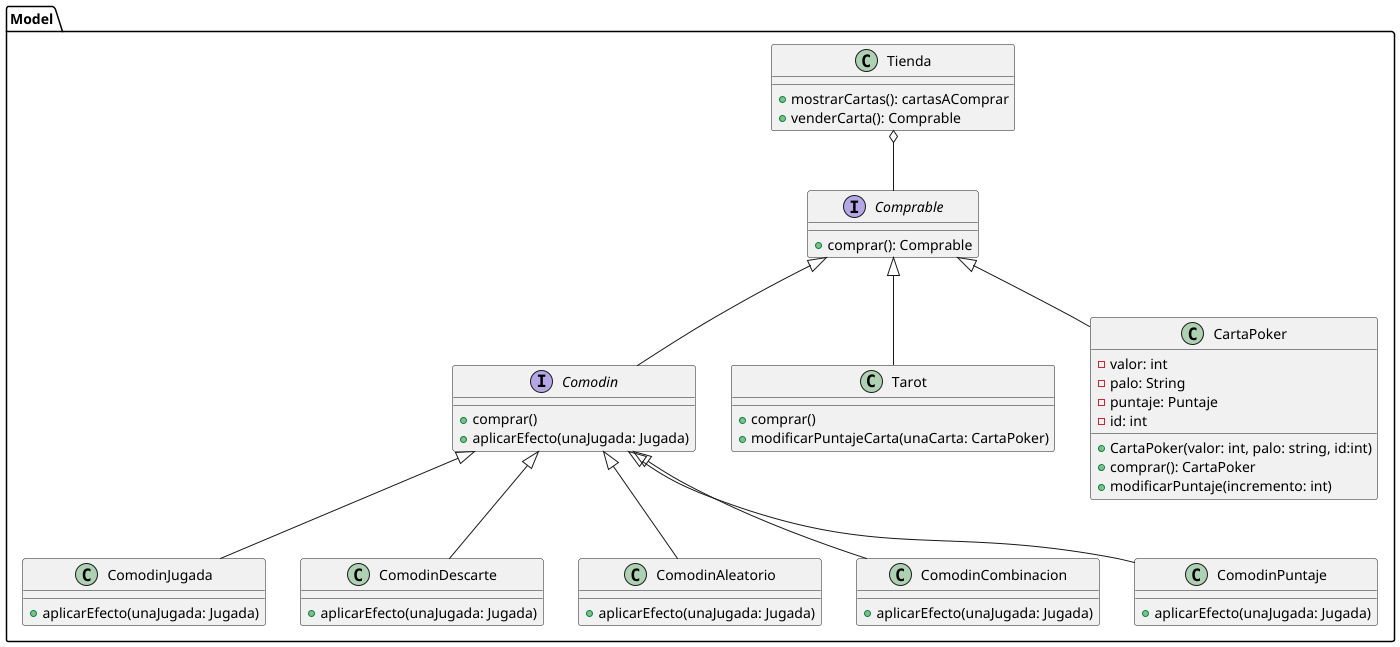
Before: diagrams/classes/clasesBalatro3.png, a diagram exported from PlantUML (carruizdiaz1109/UBAlatro).
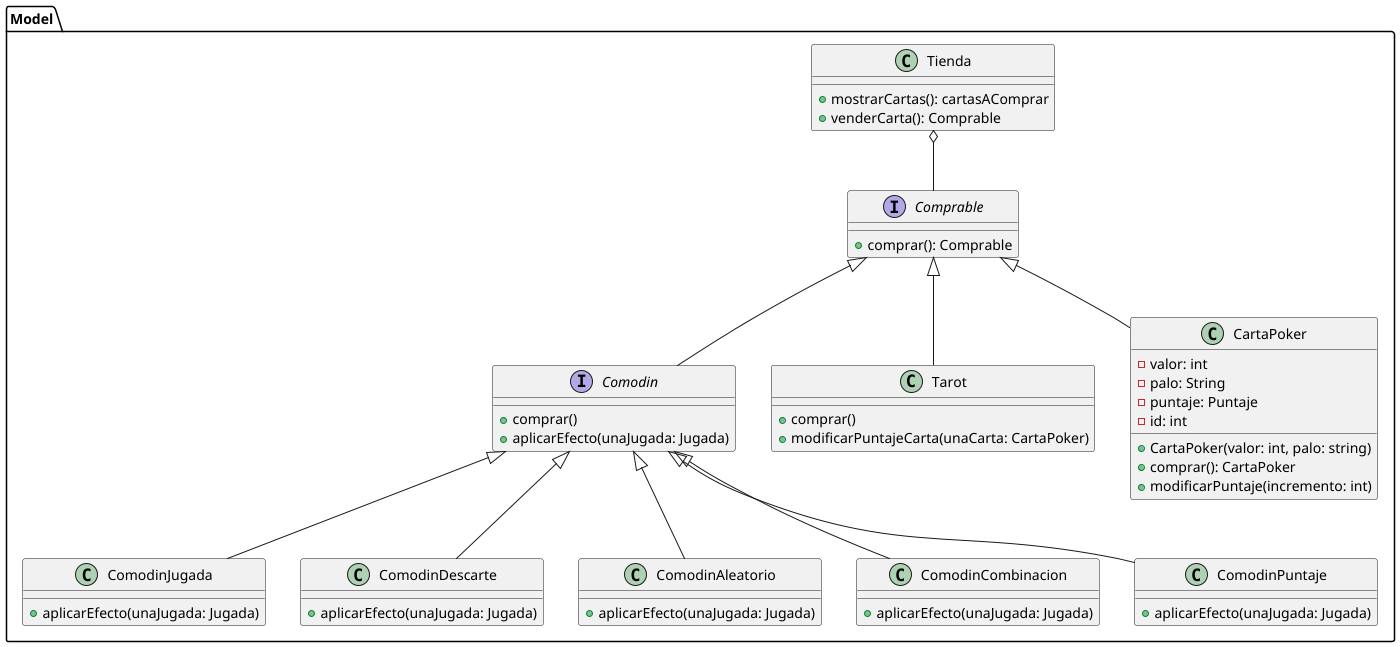
After the commit.

What changed in the source:
```diff
@@ -42,7 +42,7 @@
     - palo: String
     - puntaje: Puntaje
     - id: int
-    + CartaPoker(valor: int, palo: string, id:int)
+    + CartaPoker(valor: int, palo: string)
     + comprar(): CartaPoker
     + modificarPuntaje(incremento: int)
 }
```
